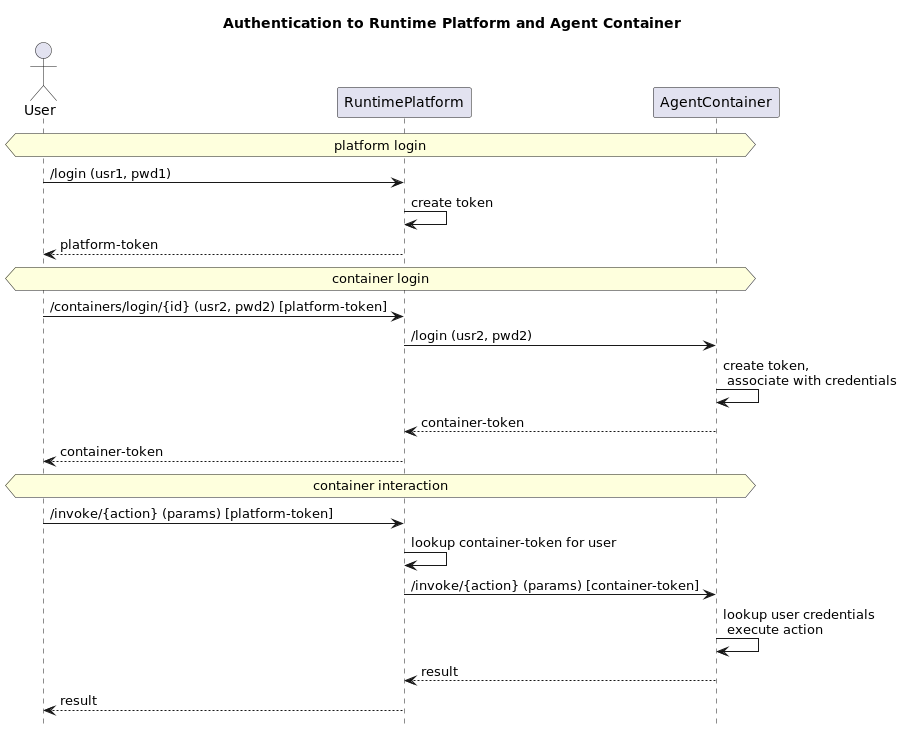
The PlantUML diagram doc/img/container-login.png in GT-ARC/opaca-core, before a commit. The source it was exported from:
```plantuml
@startuml notify-update

hide footbox
actor "User" as U
participant "RuntimePlatform" as P
participant "AgentContainer" as C

title Authentication to Runtime Platform and Agent Container

hnote across: platform login

U -> P: /login (usr1, pwd1)
P -> P: create token
U <-- P: platform-token

hnote across: container login

U -> P: /containers/login/{id} (usr2, pwd2) [platform-token]
P -> C: /login (usr2, pwd2)
C -> C: create token, \n associate with credentials
P <-- C: container-token
U <-- P: container-token

hnote across: container interaction

U -> P: /invoke/{action} (params) [platform-token]
P -> P: lookup container-token for user
P -> C: /invoke/{action} (params) [container-token]
C -> C: lookup user credentials \n execute action
P <-- C: result
U <-- P: result

@enduml
```
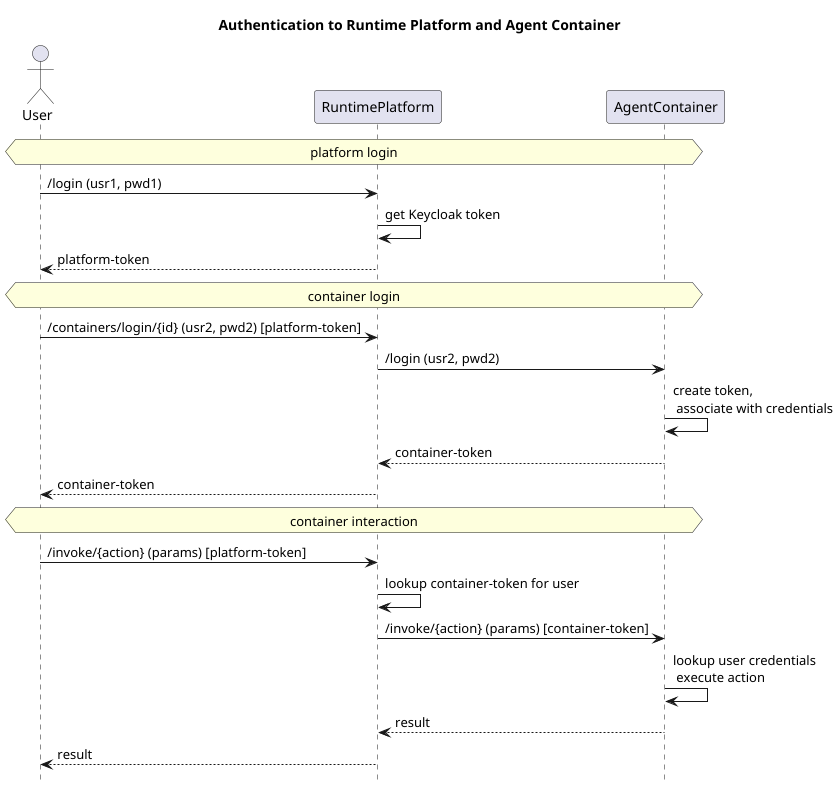
After the change.

The edit, as a diff of the source:
```diff
@@ -10,7 +10,7 @@
 hnote across: platform login
 
 U -> P: /login (usr1, pwd1)
-P -> P: create token
+P -> P: get Keycloak token
 U <-- P: platform-token
 
 hnote across: container login
```
